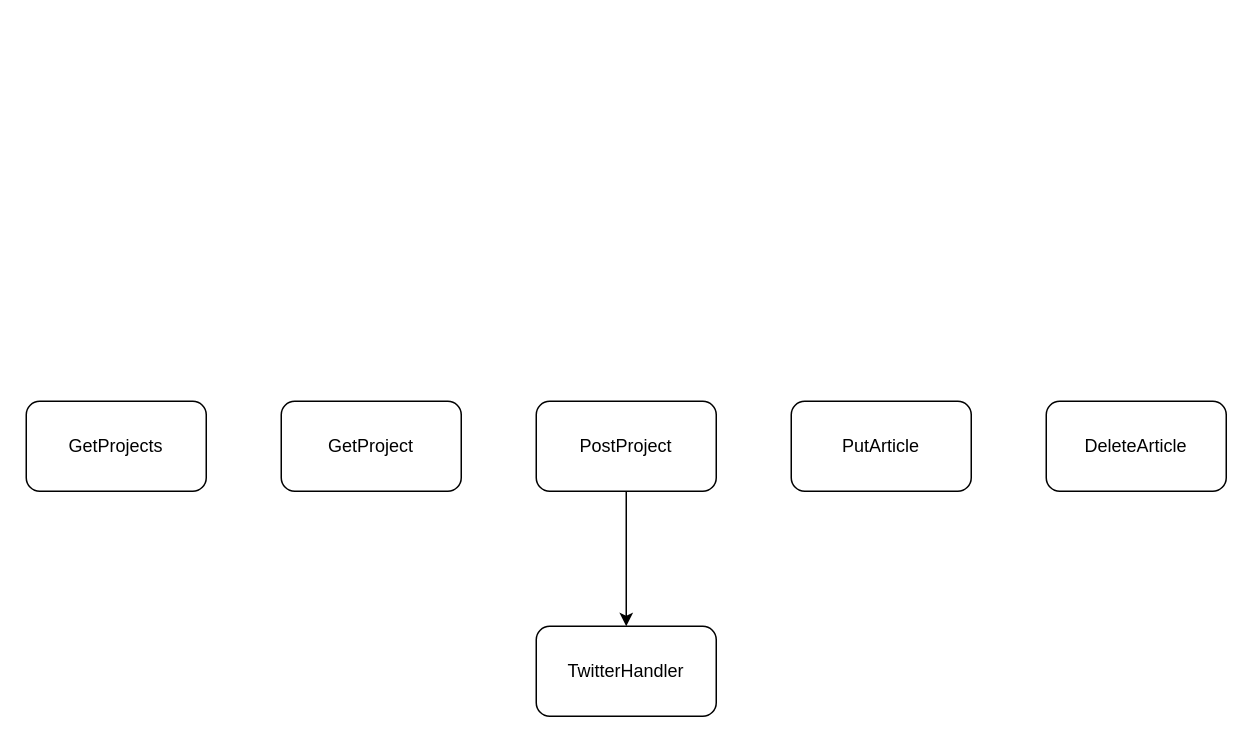
cdthomp1/portfolio-site keeps this draw.io diagram as page "Project Methods" (5 of 7) of design.drawio. Above is the earlier version. Source tidied: cells renumbered, new cells numbered last; positions are measured from the earlier drawing's top-left corner, leaving out a move shared by most shapes. Both pictures are drawn from the tidied source at 150%, with x=0, y=0 at pixel (26, 400).
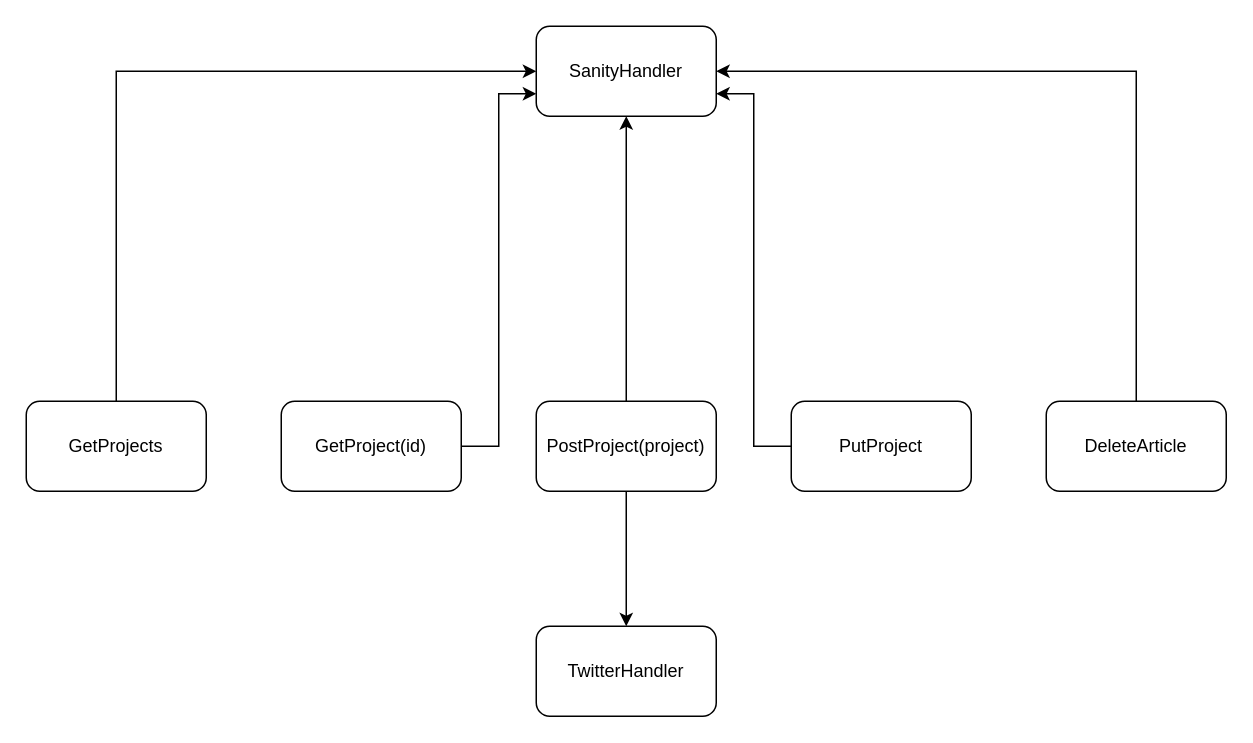
After the change.

Diff of the diagram source:
```diff
@@
 <mxGraphModel>
   <root>
     <mxCell id="0" />
     <mxCell id="1" parent="0" />
+    <mxCell id="9" style="edgeStyle=orthogonalEdgeStyle;rounded=0;jettySize=auto;html=1;entryX=0;entryY=0.5;entryDx=0;entryDy=0;" parent="1" edge="1" source="2" target="14">
+      <mxGeometry relative="1" as="geometry">
+        <Array as="points">
+          <mxPoint x="60" y="-220" />
+        </Array>
+      </mxGeometry>
+    </mxCell>
     <mxCell id="2" value="GetProjects" style="rounded=1;whiteSpace=wrap;html=1;" parent="1" vertex="1">
       <mxGeometry width="120" height="60" as="geometry" />
     </mxCell>
+    <mxCell id="10" style="edgeStyle=orthogonalEdgeStyle;rounded=0;jettySize=auto;html=1;entryX=1;entryY=0.75;entryDx=0;entryDy=0;" parent="1" edge="1" source="3" target="14">
+      <mxGeometry relative="1" as="geometry" />
+    </mxCell>
-    <mxCell id="3" value="PutArticle" style="rounded=1;whiteSpace=wrap;html=1;" parent="1" vertex="1">
+    <mxCell id="3" value="PutProject" style="rounded=1;whiteSpace=wrap;html=1;" parent="1" vertex="1">
       <mxGeometry x="510" width="120" height="60" as="geometry" />
     </mxCell>
+    <mxCell id="11" style="edgeStyle=orthogonalEdgeStyle;rounded=0;jettySize=auto;html=1;entryX=0;entryY=0.75;entryDx=0;entryDy=0;" parent="1" edge="1" source="4" target="14">
+      <mxGeometry relative="1" as="geometry" />
+    </mxCell>
-    <mxCell id="4" value="GetProject" style="rounded=1;whiteSpace=wrap;html=1;" parent="1" vertex="1">
+    <mxCell id="4" value="GetProject(id)" style="rounded=1;whiteSpace=wrap;html=1;" parent="1" vertex="1">
       <mxGeometry x="170" width="120" height="60" as="geometry" />
     </mxCell>
+    <mxCell id="12" style="edgeStyle=orthogonalEdgeStyle;rounded=0;jettySize=auto;html=1;entryX=1;entryY=0.5;entryDx=0;entryDy=0;" parent="1" edge="1" source="5" target="14">
+      <mxGeometry relative="1" as="geometry">
+        <Array as="points">
+          <mxPoint x="740" y="-220" />
+        </Array>
+      </mxGeometry>
+    </mxCell>
     <mxCell id="5" value="DeleteArticle" style="rounded=1;whiteSpace=wrap;html=1;" parent="1" vertex="1">
       <mxGeometry x="680" width="120" height="60" as="geometry" />
     </mxCell>
     <mxCell id="6" style="edgeStyle=orthogonalEdgeStyle;rounded=0;jettySize=auto;html=1;" parent="1" edge="1" source="7" target="8">
       <mxGeometry relative="1" as="geometry" />
     </mxCell>
+    <mxCell id="13" style="edgeStyle=orthogonalEdgeStyle;rounded=0;jettySize=auto;html=1;entryX=0.5;entryY=1;entryDx=0;entryDy=0;" parent="1" edge="1" source="7" target="14">
+      <mxGeometry relative="1" as="geometry" />
+    </mxCell>
-    <mxCell id="7" value="PostProject" style="rounded=1;whiteSpace=wrap;html=1;" parent="1" vertex="1">
+    <mxCell id="7" value="PostProject(project)" style="rounded=1;whiteSpace=wrap;html=1;" parent="1" vertex="1">
       <mxGeometry x="340" width="120" height="60" as="geometry" />
     </mxCell>
     <mxCell id="8" value="TwitterHandler" style="rounded=1;whiteSpace=wrap;html=1;" parent="1" vertex="1">
       <mxGeometry x="340" y="150" width="120" height="60" as="geometry" />
     </mxCell>
+    <mxCell id="14" value="SanityHandler" style="rounded=1;whiteSpace=wrap;html=1;" parent="1" vertex="1">
+      <mxGeometry x="340" y="-250" width="120" height="60" as="geometry" />
+    </mxCell>
   </root>
 </mxGraphModel>
```
